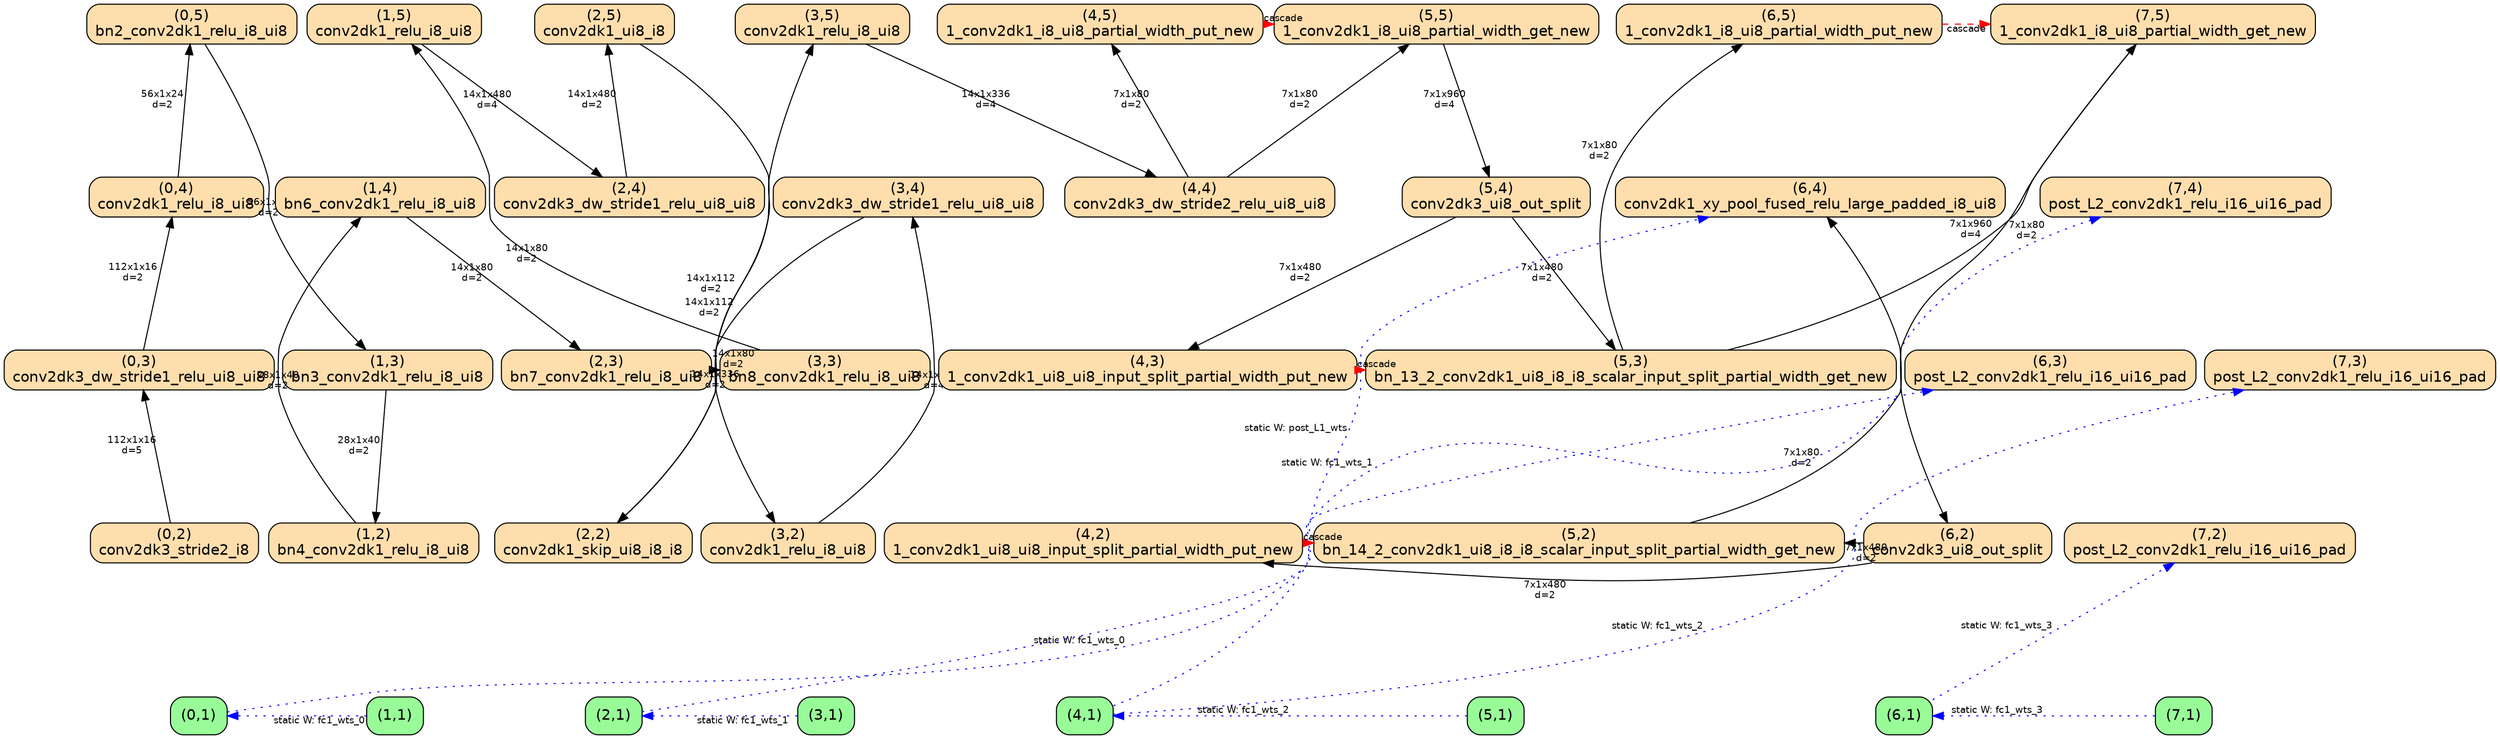
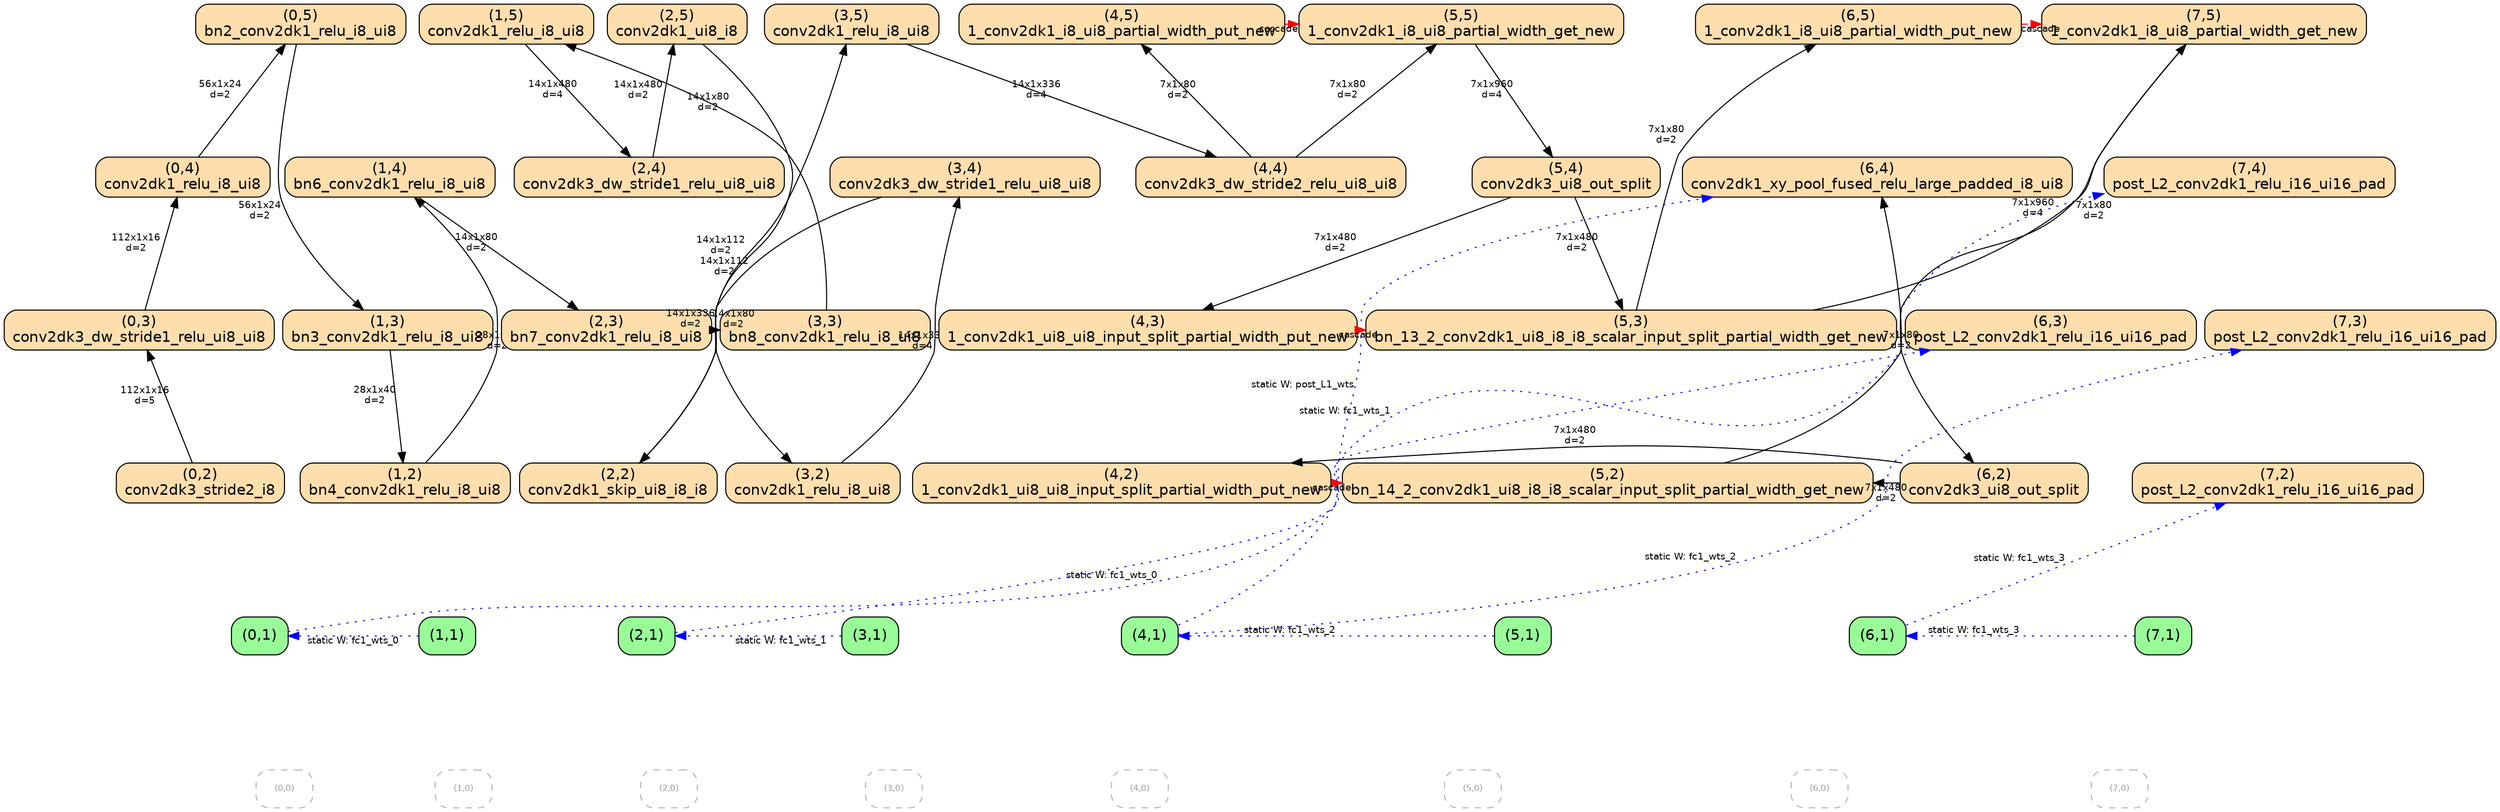
digraph mobilenet {
  layout=neato;
  graph [overlap=false, splines=true];
  node  [shape=box, style="filled,rounded", fontname="Helvetica"];
  edge  [fontname="Helvetica", fontsize=9];

+   "t0_0" [label="(0,0)", fillcolor=white, color=gray70, fontcolor=gray60, fontsize=8, style="dashed,filled,rounded", pos="0.0,0.0!"];
+   "t1_0" [label="(1,0)", fillcolor=white, color=gray70, fontcolor=gray60, fontsize=8, style="dashed,filled,rounded", pos="1.5,0.0!"];
+   "t2_0" [label="(2,0)", fillcolor=white, color=gray70, fontcolor=gray60, fontsize=8, style="dashed,filled,rounded", pos="3.0,0.0!"];
+   "t3_0" [label="(3,0)", fillcolor=white, color=gray70, fontcolor=gray60, fontsize=8, style="dashed,filled,rounded", pos="4.5,0.0!"];
+   "t4_0" [label="(4,0)", fillcolor=white, color=gray70, fontcolor=gray60, fontsize=8, style="dashed,filled,rounded", pos="6.0,0.0!"];
+   "t5_0" [label="(5,0)", fillcolor=white, color=gray70, fontcolor=gray60, fontsize=8, style="dashed,filled,rounded", pos="7.5,0.0!"];
+   "t6_0" [label="(6,0)", fillcolor=white, color=gray70, fontcolor=gray60, fontsize=8, style="dashed,filled,rounded", pos="9.0,0.0!"];
+   "t7_0" [label="(7,0)", fillcolor=white, color=gray70, fontcolor=gray60, fontsize=8, style="dashed,filled,rounded", pos="10.5,0.0!"];
  "t0_1" [label="(0,1)", fillcolor=palegreen, pos="0.0,1.2!"];
  "t0_2" [label="(0,2)\nconv2dk3_stride2_i8", fillcolor=navajowhite, pos="0.0,2.4!"];
  "t0_3" [label="(0,3)\nconv2dk3_dw_stride1_relu_ui8_ui8", fillcolor=navajowhite, pos="0.0,3.5999999999999996!"];
  "t0_4" [label="(0,4)\nconv2dk1_relu_i8_ui8", fillcolor=navajowhite, pos="0.0,4.8!"];
  "t0_5" [label="(0,5)\nbn2_conv2dk1_relu_i8_ui8", fillcolor=navajowhite, pos="0.0,6.0!"];
  "t1_1" [label="(1,1)", fillcolor=palegreen, pos="1.5,1.2!"];
  "t1_2" [label="(1,2)\nbn4_conv2dk1_relu_i8_ui8", fillcolor=navajowhite, pos="1.5,2.4!"];
  "t1_3" [label="(1,3)\nbn3_conv2dk1_relu_i8_ui8", fillcolor=navajowhite, pos="1.5,3.5999999999999996!"];
  "t1_4" [label="(1,4)\nbn6_conv2dk1_relu_i8_ui8", fillcolor=navajowhite, pos="1.5,4.8!"];
  "t1_5" [label="(1,5)\nconv2dk1_relu_i8_ui8", fillcolor=navajowhite, pos="1.5,6.0!"];
  "t2_1" [label="(2,1)", fillcolor=palegreen, pos="3.0,1.2!"];
  "t2_2" [label="(2,2)\nconv2dk1_skip_ui8_i8_i8", fillcolor=navajowhite, pos="3.0,2.4!"];
  "t2_3" [label="(2,3)\nbn7_conv2dk1_relu_i8_ui8", fillcolor=navajowhite, pos="3.0,3.5999999999999996!"];
  "t2_4" [label="(2,4)\nconv2dk3_dw_stride1_relu_ui8_ui8", fillcolor=navajowhite, pos="3.0,4.8!"];
  "t2_5" [label="(2,5)\nconv2dk1_ui8_i8", fillcolor=navajowhite, pos="3.0,6.0!"];
  "t3_1" [label="(3,1)", fillcolor=palegreen, pos="4.5,1.2!"];
  "t3_2" [label="(3,2)\nconv2dk1_relu_i8_ui8", fillcolor=navajowhite, pos="4.5,2.4!"];
  "t3_3" [label="(3,3)\nbn8_conv2dk1_relu_i8_ui8", fillcolor=navajowhite, pos="4.5,3.5999999999999996!"];
  "t3_4" [label="(3,4)\nconv2dk3_dw_stride1_relu_ui8_ui8", fillcolor=navajowhite, pos="4.5,4.8!"];
  "t3_5" [label="(3,5)\nconv2dk1_relu_i8_ui8", fillcolor=navajowhite, pos="4.5,6.0!"];
  "t4_1" [label="(4,1)", fillcolor=palegreen, pos="6.0,1.2!"];
  "t4_2" [label="(4,2)\n1_conv2dk1_ui8_ui8_input_split_partial_width_put_new", fillcolor=navajowhite, pos="6.0,2.4!"];
  "t4_3" [label="(4,3)\n1_conv2dk1_ui8_ui8_input_split_partial_width_put_new", fillcolor=navajowhite, pos="6.0,3.5999999999999996!"];
  "t4_4" [label="(4,4)\nconv2dk3_dw_stride2_relu_ui8_ui8", fillcolor=navajowhite, pos="6.0,4.8!"];
  "t4_5" [label="(4,5)\n1_conv2dk1_i8_ui8_partial_width_put_new", fillcolor=navajowhite, pos="6.0,6.0!"];
  "t5_1" [label="(5,1)", fillcolor=palegreen, pos="7.5,1.2!"];
  "t5_2" [label="(5,2)\nbn_14_2_conv2dk1_ui8_i8_i8_scalar_input_split_partial_width_get_new", fillcolor=navajowhite, pos="7.5,2.4!"];
  "t5_3" [label="(5,3)\nbn_13_2_conv2dk1_ui8_i8_i8_scalar_input_split_partial_width_get_new", fillcolor=navajowhite, pos="7.5,3.5999999999999996!"];
  "t5_4" [label="(5,4)\nconv2dk3_ui8_out_split", fillcolor=navajowhite, pos="7.5,4.8!"];
  "t5_5" [label="(5,5)\n1_conv2dk1_i8_ui8_partial_width_get_new", fillcolor=navajowhite, pos="7.5,6.0!"];
  "t6_1" [label="(6,1)", fillcolor=palegreen, pos="9.0,1.2!"];
  "t6_2" [label="(6,2)\nconv2dk3_ui8_out_split", fillcolor=navajowhite, pos="9.0,2.4!"];
  "t6_3" [label="(6,3)\npost_L2_conv2dk1_relu_i16_ui16_pad", fillcolor=navajowhite, pos="9.0,3.5999999999999996!"];
  "t6_4" [label="(6,4)\nconv2dk1_xy_pool_fused_relu_large_padded_i8_ui8", fillcolor=navajowhite, pos="9.0,4.8!"];
  "t6_5" [label="(6,5)\n1_conv2dk1_i8_ui8_partial_width_put_new", fillcolor=navajowhite, pos="9.0,6.0!"];
  "t7_1" [label="(7,1)", fillcolor=palegreen, pos="10.5,1.2!"];
  "t7_2" [label="(7,2)\npost_L2_conv2dk1_relu_i16_ui16_pad", fillcolor=navajowhite, pos="10.5,2.4!"];
  "t7_3" [label="(7,3)\npost_L2_conv2dk1_relu_i16_ui16_pad", fillcolor=navajowhite, pos="10.5,3.5999999999999996!"];
  "t7_4" [label="(7,4)\npost_L2_conv2dk1_relu_i16_ui16_pad", fillcolor=navajowhite, pos="10.5,4.8!"];
  "t7_5" [label="(7,5)\n1_conv2dk1_i8_ui8_partial_width_get_new", fillcolor=navajowhite, pos="10.5,6.0!"];

  "t0_2" -> "t0_3" [label="112x1x16\nd=5"];
  "t0_3" -> "t0_4" [label="112x1x16\nd=2"];
  "t0_4" -> "t0_5" [label="56x1x24\nd=2"];
  "t0_5" -> "t1_3" [label="56x1x24\nd=2"];
  "t1_3" -> "t1_2" [label="28x1x40\nd=2"];
  "t1_2" -> "t1_4" [label="28x1x40\nd=2"];
  "t1_4" -> "t2_3" [label="14x1x80\nd=2"];
  "t2_3" -> "t3_3" [label="14x1x80\nd=2"];
  "t3_3" -> "t1_5" [label="14x1x80\nd=2"];
  "t1_5" -> "t2_4" [label="14x1x480\nd=4"];
  "t2_4" -> "t2_5" [label="14x1x480\nd=2"];
  "t2_5" -> "t3_2" [label="14x1x112\nd=2"];
  "t3_2" -> "t3_4" [label="14x1x336\nd=4"];
  "t3_4" -> "t2_2" [label="14x1x336\nd=2"];
  "t2_2" -> "t3_5" [label="14x1x112\nd=2"];
  "t3_5" -> "t4_4" [label="14x1x336\nd=4"];
  "t4_4" -> "t4_5" [label="7x1x80\nd=2"];
  "t4_4" -> "t5_5" [label="7x1x80\nd=2"];
  "t5_5" -> "t5_4" [label="7x1x960\nd=4"];
  "t5_4" -> "t4_3" [label="7x1x480\nd=2"];
  "t5_4" -> "t5_3" [label="7x1x480\nd=2"];
  "t5_3" -> "t6_5" [label="7x1x80\nd=2"];
  "t5_3" -> "t7_5" [label="7x1x80\nd=2"];
  "t7_5" -> "t6_2" [label="7x1x960\nd=4"];
  "t6_2" -> "t4_2" [label="7x1x480\nd=2"];
  "t6_2" -> "t5_2" [label="7x1x480\nd=2"];
  "t5_2" -> "t6_4" [label="7x1x80\nd=2"];
  "t4_5" -> "t5_5" [label="cascade", style=dashed, color=red];
  "t4_3" -> "t5_3" [label="cascade", style=dashed, color=red];
  "t6_5" -> "t7_5" [label="cascade", style=dashed, color=red];
  "t4_2" -> "t5_2" [label="cascade", style=dashed, color=red];
  "t4_1" -> "t6_4" [label="static W: post_L1_wts", style=dotted, color=blue];
  "t1_1" -> "t0_1" [label="static W: fc1_wts_0", style=dotted, color=blue];
  "t0_1" -> "t6_3" [label="static W: fc1_wts_0", style=dotted, color=blue];
  "t3_1" -> "t2_1" [label="static W: fc1_wts_1", style=dotted, color=blue];
  "t2_1" -> "t7_4" [label="static W: fc1_wts_1", style=dotted, color=blue];
  "t5_1" -> "t4_1" [label="static W: fc1_wts_2", style=dotted, color=blue];
  "t4_1" -> "t7_3" [label="static W: fc1_wts_2", style=dotted, color=blue];
  "t7_1" -> "t6_1" [label="static W: fc1_wts_3", style=dotted, color=blue];
  "t6_1" -> "t7_2" [label="static W: fc1_wts_3", style=dotted, color=blue];
}
